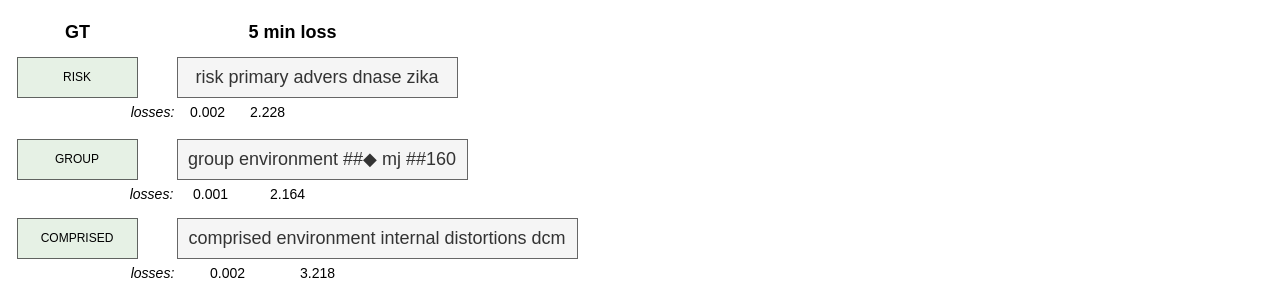
The draw.io diagram page "Page-2" (2 of 2) of presentations/Untitled Diagram.drawio in across-stars/draw.io, before the edit. Source tidied: cells renumbered, new cells numbered last; positions are measured from the earlier drawing's top-left corner, leaving out a move shared by most shapes. Both pictures are drawn from the tidied source at 100%, with x=0, y=0 at pixel (17, 17).
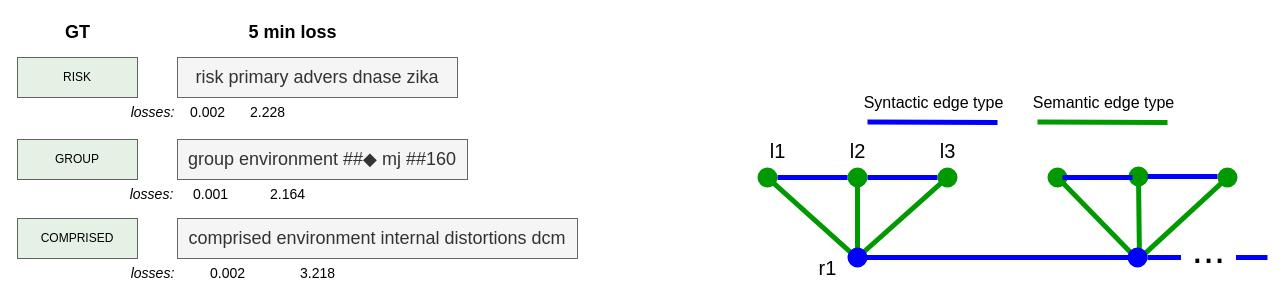
After the change.

Diff of the diagram source:
```diff
@@
+    <mxCell id="19" style="endArrow=oval;html=1;rounded=0;strokeWidth=5;endFill=1;endSize=15;strokeColor=#009900;" parent="1" edge="1">
+      <mxGeometry relative="1" as="geometry">
+        <mxPoint x="840" y="240" as="sourcePoint" />
+        <mxPoint x="930" y="160" as="targetPoint" />
+      </mxGeometry>
+    </mxCell>
+    <mxCell id="20" style="endArrow=oval;html=1;rounded=0;strokeWidth=5;endFill=1;endSize=15;strokeColor=#009900;" parent="1" edge="1">
+      <mxGeometry relative="1" as="geometry">
+        <mxPoint x="840" y="241" as="sourcePoint" />
+        <mxPoint x="750" y="160" as="targetPoint" />
+      </mxGeometry>
+    </mxCell>
+    <mxCell id="21" style="endArrow=oval;html=1;rounded=0;strokeWidth=5;endFill=1;endSize=15;strokeColor=#009900;" parent="1" edge="1">
+      <mxGeometry relative="1" as="geometry">
+        <mxPoint x="840" y="241" as="sourcePoint" />
+        <mxPoint x="840" y="160" as="targetPoint" />
+      </mxGeometry>
+    </mxCell>
+    <mxCell id="22" style="endArrow=oval;html=1;rounded=0;strokeWidth=5;endFill=1;endSize=15;strokeColor=#009900;" parent="1" edge="1">
+      <mxGeometry relative="1" as="geometry">
+        <mxPoint x="1121" y="242" as="sourcePoint" />
+        <mxPoint x="1210" y="160" as="targetPoint" />
+      </mxGeometry>
+    </mxCell>
+    <mxCell id="23" style="endArrow=oval;html=1;rounded=0;strokeWidth=5;endFill=1;endSize=15;strokeColor=#009900;" parent="1" edge="1">
+      <mxGeometry relative="1" as="geometry">
+        <mxPoint x="1121" y="243" as="sourcePoint" />
+        <mxPoint x="1040" y="160" as="targetPoint" />
+      </mxGeometry>
+    </mxCell>
+    <mxCell id="24" style="endArrow=oval;html=1;rounded=0;strokeWidth=5;endFill=1;endSize=15;strokeColor=#009900;" parent="1" edge="1">
+      <mxGeometry relative="1" as="geometry">
+        <mxPoint x="1122" y="243" as="sourcePoint" />
+        <mxPoint x="1121" y="159" as="targetPoint" />
+      </mxGeometry>
+    </mxCell>
+    <mxCell id="25" style="endArrow=none;html=1;rounded=0;strokeWidth=5;strokeColor=#0000FF;" parent="1" edge="1">
+      <mxGeometry relative="1" as="geometry">
+        <mxPoint x="760" y="160" as="sourcePoint" />
+        <mxPoint x="830" y="160" as="targetPoint" />
+      </mxGeometry>
+    </mxCell>
+    <mxCell id="26" style="endArrow=none;html=1;rounded=0;strokeWidth=5;strokeColor=#0000FF;" parent="1" edge="1">
+      <mxGeometry relative="1" as="geometry">
+        <mxPoint x="850" y="160" as="sourcePoint" />
+        <mxPoint x="920" y="160" as="targetPoint" />
+      </mxGeometry>
+    </mxCell>
+    <mxCell id="27" style="endArrow=none;html=1;rounded=0;strokeWidth=5;strokeColor=#0000FF;" parent="1" edge="1">
+      <mxGeometry relative="1" as="geometry">
+        <mxPoint x="1045" y="160" as="sourcePoint" />
+        <mxPoint x="1115" y="160" as="targetPoint" />
+      </mxGeometry>
+    </mxCell>
+    <mxCell id="28" style="endArrow=none;html=1;rounded=0;strokeWidth=5;strokeColor=#0000FF;" parent="1" edge="1">
+      <mxGeometry relative="1" as="geometry">
+        <mxPoint x="1130" y="159" as="sourcePoint" />
+        <mxPoint x="1200" y="159" as="targetPoint" />
+      </mxGeometry>
+    </mxCell>
+    <mxCell id="29" style="endArrow=oval;html=1;rounded=0;strokeWidth=5;strokeColor=#0000FF;endFill=1;endSize=15;startArrow=oval;startFill=1;startSize=15;" parent="1" edge="1">
+      <mxGeometry relative="1" as="geometry">
+        <mxPoint x="840" y="240" as="sourcePoint" />
+        <mxPoint x="1120" y="240" as="targetPoint" />
+      </mxGeometry>
+    </mxCell>
+    <mxCell id="30" style="endArrow=none;html=1;rounded=0;strokeWidth=5;strokeColor=#0000FF;" parent="1" edge="1">
+      <mxGeometry relative="1" as="geometry">
+        <mxPoint x="1130" y="240" as="sourcePoint" />
+        <mxPoint x="1250" y="240" as="targetPoint" />
+      </mxGeometry>
+    </mxCell>
+    <mxCell id="31" value="&lt;font style=&quot;font-size: 40px;&quot;&gt;&amp;nbsp;...&amp;nbsp;&lt;/font&gt;" style="edgeLabel;html=1;align=center;verticalAlign=middle;" parent="30" vertex="1">
+      <mxGeometry y="10" relative="1" as="geometry" />
+    </mxCell>
+    <mxCell id="32" style="endArrow=none;html=1;rounded=0;strokeWidth=5;strokeColor=#0000FF;" parent="1" edge="1">
+      <mxGeometry relative="1" as="geometry">
+        <mxPoint x="850" y="104.5" as="sourcePoint" />
+        <mxPoint x="980" y="105" as="targetPoint" />
+      </mxGeometry>
+    </mxCell>
+    <mxCell id="33" value="&lt;font style=&quot;font-size: 16px;&quot;&gt;Syntactic edge type&lt;/font&gt;" style="edgeLabel;html=1;align=center;verticalAlign=middle;" parent="32" vertex="1">
+      <mxGeometry y="20" relative="1" as="geometry" />
+    </mxCell>
+    <mxCell id="34" style="endArrow=none;html=1;rounded=0;strokeWidth=5;strokeColor=#009900;" parent="1" edge="1">
+      <mxGeometry relative="1" as="geometry">
+        <mxPoint x="1020" y="104.5" as="sourcePoint" />
+        <mxPoint x="1150" y="105" as="targetPoint" />
+      </mxGeometry>
+    </mxCell>
+    <mxCell id="35" value="&lt;font style=&quot;font-size: 16px;&quot;&gt;Semantic edge type&lt;/font&gt;" style="edgeLabel;html=1;align=center;verticalAlign=middle;" parent="34" vertex="1">
+      <mxGeometry y="20" relative="1" as="geometry" />
+    </mxCell>
+    <mxCell id="36" value="&lt;font style=&quot;font-size: 20px;&quot;&gt;l1&lt;/font&gt;" style="text;html=1;align=center;verticalAlign=middle;strokeColor=none;fillColor=none;" parent="1" vertex="1">
+      <mxGeometry x="740" y="113" width="40" height="40" as="geometry" />
+    </mxCell>
+    <mxCell id="37" value="&lt;font style=&quot;font-size: 20px;&quot;&gt;l2&lt;/font&gt;" style="text;html=1;align=center;verticalAlign=middle;strokeColor=none;fillColor=none;" parent="1" vertex="1">
+      <mxGeometry x="820" y="113" width="40" height="40" as="geometry" />
+    </mxCell>
+    <mxCell id="38" value="&lt;font style=&quot;font-size: 20px;&quot;&gt;l3&lt;/font&gt;" style="text;html=1;align=center;verticalAlign=middle;strokeColor=none;fillColor=none;" parent="1" vertex="1">
+      <mxGeometry x="910" y="113" width="40" height="40" as="geometry" />
+    </mxCell>
+    <mxCell id="39" value="&lt;font style=&quot;font-size: 20px;&quot;&gt;r1&lt;/font&gt;" style="text;html=1;align=center;verticalAlign=middle;strokeColor=none;fillColor=none;" parent="1" vertex="1">
+      <mxGeometry x="790" y="230" width="40" height="40" as="geometry" />
+    </mxCell>
```
